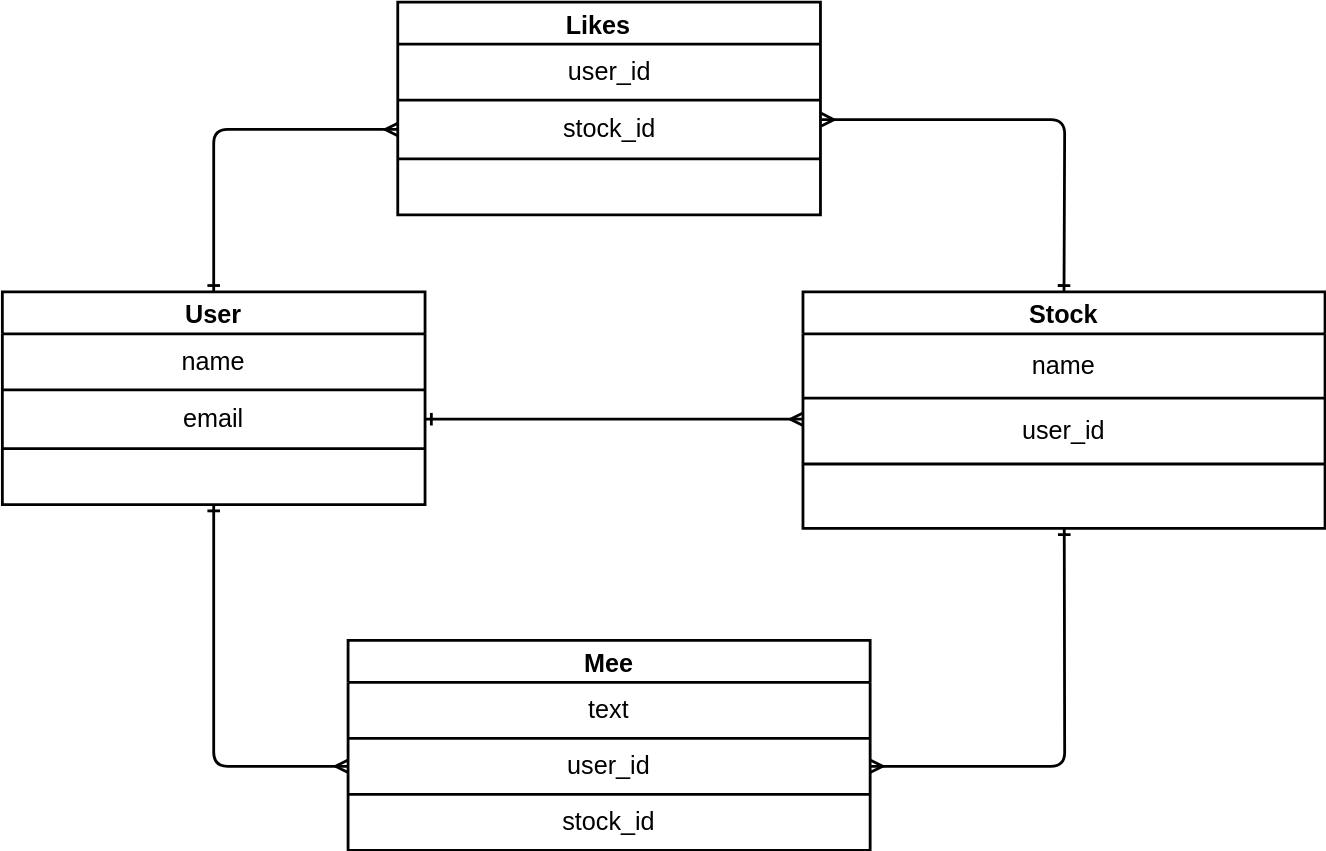
The draw.io diagram ER図.svg in kijima-line/stome, before a commit. Source tidied: cells renumbered, new cells last; positions are measured from the earlier drawing's top-left corner, leaving out a move shared by most shapes.
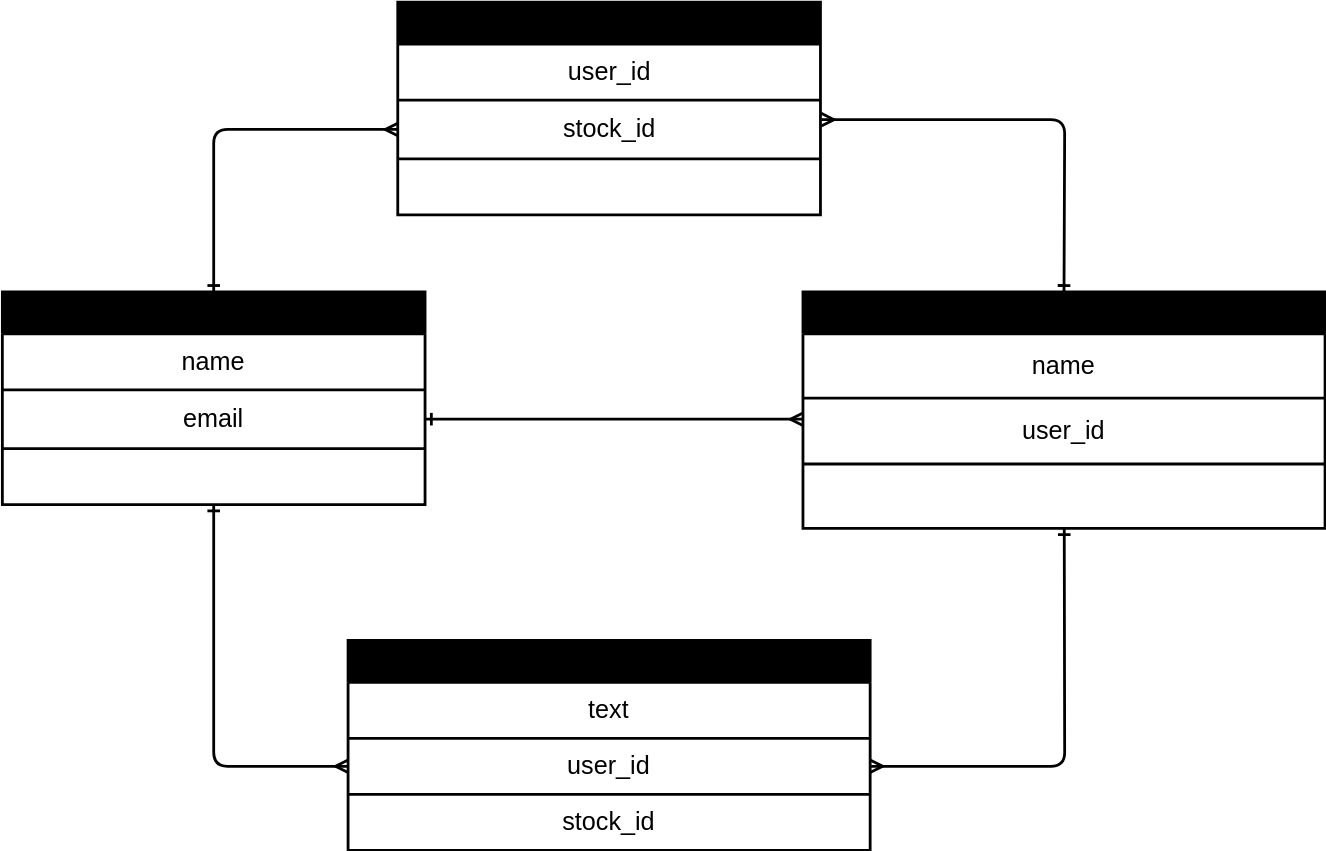
Above is the later version.

Commit message:
ERカラー修正

Diff of the diagram source:
```diff
@@ -9,7 +9,7 @@
         </Array>
       </mxGeometry>
     </mxCell>
-    <mxCell id="3" value="User" style="shape=table;startSize=30;fontStyle=1;align=center;strokeColor=#000000;strokeWidth=2;fontSize=18;" parent="1" vertex="1">
+    <mxCell id="3" value="User" style="shape=table;startSize=30;fontStyle=1;align=center;strokeColor=#000000;strokeWidth=2;fontSize=18;fillColor=#000000;" parent="1" vertex="1">
       <mxGeometry y="207" width="302" height="152" as="geometry" />
     </mxCell>
     <mxCell id="4" style="shape=partialRectangle;html=1;whiteSpace=wrap;fillColor=none;top=0;left=0;bottom=0;right=0;strokeWidth=2;fontSize=18;" parent="3" vertex="1">
@@ -40,7 +40,7 @@
     <mxCell id="11" style="edgeStyle=none;html=1;exitX=0.5;exitY=0;exitDx=0;exitDy=0;entryX=1.012;entryY=0.025;entryDx=0;entryDy=0;entryPerimeter=0;fontSize=18;fontColor=#000000;" parent="1" edge="1" source="12">
       <mxGeometry relative="1" as="geometry" />
     </mxCell>
-    <mxCell id="12" value="Stock" style="shape=table;startSize=30;fontStyle=1;align=center;strokeColor=#000000;strokeWidth=2;fontSize=18;" parent="1" vertex="1">
+    <mxCell id="12" value="Stock" style="shape=table;startSize=30;fontStyle=1;align=center;strokeColor=#000000;strokeWidth=2;fontSize=18;fillColor=#000000;" parent="1" vertex="1">
       <mxGeometry x="572" y="207" width="373" height="169" as="geometry" />
     </mxCell>
     <mxCell id="13" style="shape=partialRectangle;html=1;whiteSpace=wrap;fillColor=none;top=0;left=0;bottom=0;right=0;strokeWidth=2;fontSize=18;" parent="12" vertex="1">
@@ -61,7 +61,7 @@
     <mxCell id="18" style="shape=partialRectangle;html=1;whiteSpace=wrap;fillColor=none;top=0;left=0;bottom=0;right=0;overflow=hidden;strokeWidth=2;fontSize=18;" parent="17" vertex="1">
       <mxGeometry width="373" height="46" as="geometry" />
     </mxCell>
-    <mxCell id="19" value="Mee" style="shape=table;startSize=30;fontStyle=1;align=center;strokeColor=#000000;strokeWidth=2;fontSize=18;" parent="1" vertex="1">
+    <mxCell id="19" value="Mee" style="shape=table;startSize=30;fontStyle=1;align=center;strokeColor=#000000;strokeWidth=2;fontSize=18;fillColor=#000000;" parent="1" vertex="1">
       <mxGeometry x="247" y="456" width="373" height="150" as="geometry" />
     </mxCell>
     <mxCell id="20" style="shape=partialRectangle;html=1;whiteSpace=wrap;fillColor=none;top=0;left=0;bottom=0;right=0;strokeWidth=2;fontSize=18;" parent="19" vertex="1">
@@ -85,7 +85,7 @@
     <mxCell id="26" style="edgeStyle=none;html=1;exitX=1;exitY=0.5;exitDx=0;exitDy=0;entryX=0;entryY=0.319;entryDx=0;entryDy=0;fontColor=#000000;endArrow=ERmany;endFill=0;strokeColor=#000000;entryPerimeter=0;startArrow=ERone;startFill=0;strokeWidth=2;fontSize=18;" parent="1" edge="1" source="6" target="15">
       <mxGeometry relative="1" as="geometry" />
     </mxCell>
-    <mxCell id="27" value="Likes   " style="shape=table;startSize=30;fontStyle=1;align=center;strokeColor=#000000;strokeWidth=2;fontSize=18;" parent="1" vertex="1">
+    <mxCell id="27" value="Likes   " style="shape=table;startSize=30;fontStyle=1;align=center;strokeColor=#000000;strokeWidth=2;fontSize=18;fillColor=#000000;" parent="1" vertex="1">
       <mxGeometry x="282.5" width="302" height="152" as="geometry" />
     </mxCell>
     <mxCell id="28" style="shape=partialRectangle;html=1;whiteSpace=wrap;fillColor=none;top=0;left=0;bottom=0;right=0;strokeWidth=2;fontSize=18;" parent="27" vertex="1">
```
